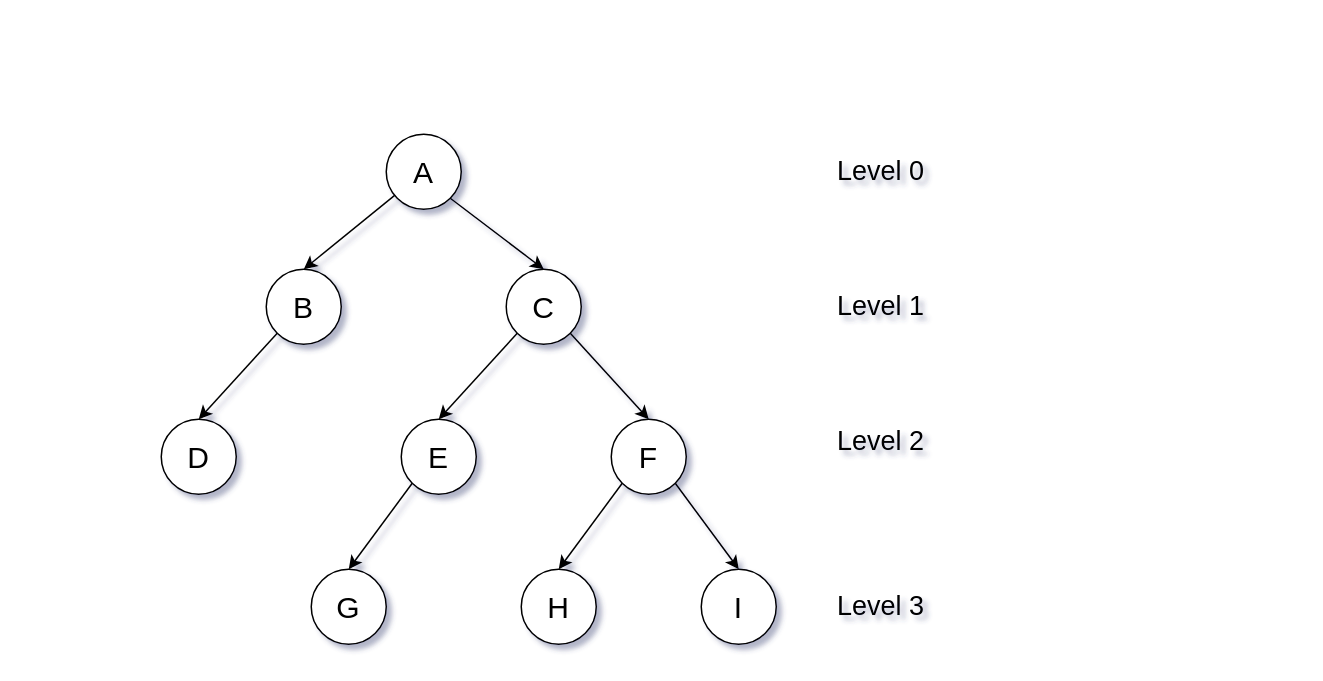
arialghifari/breadth-first-search keeps this draw.io diagram as BFS.drawio. Above is the earlier version. Source tidied: cells renumbered, new cells numbered last; positions are measured from the earlier drawing's top-left corner, leaving out a move shared by most shapes. Both pictures are drawn from the tidied source at 150%, with x=0, y=0 at pixel (160, 134).
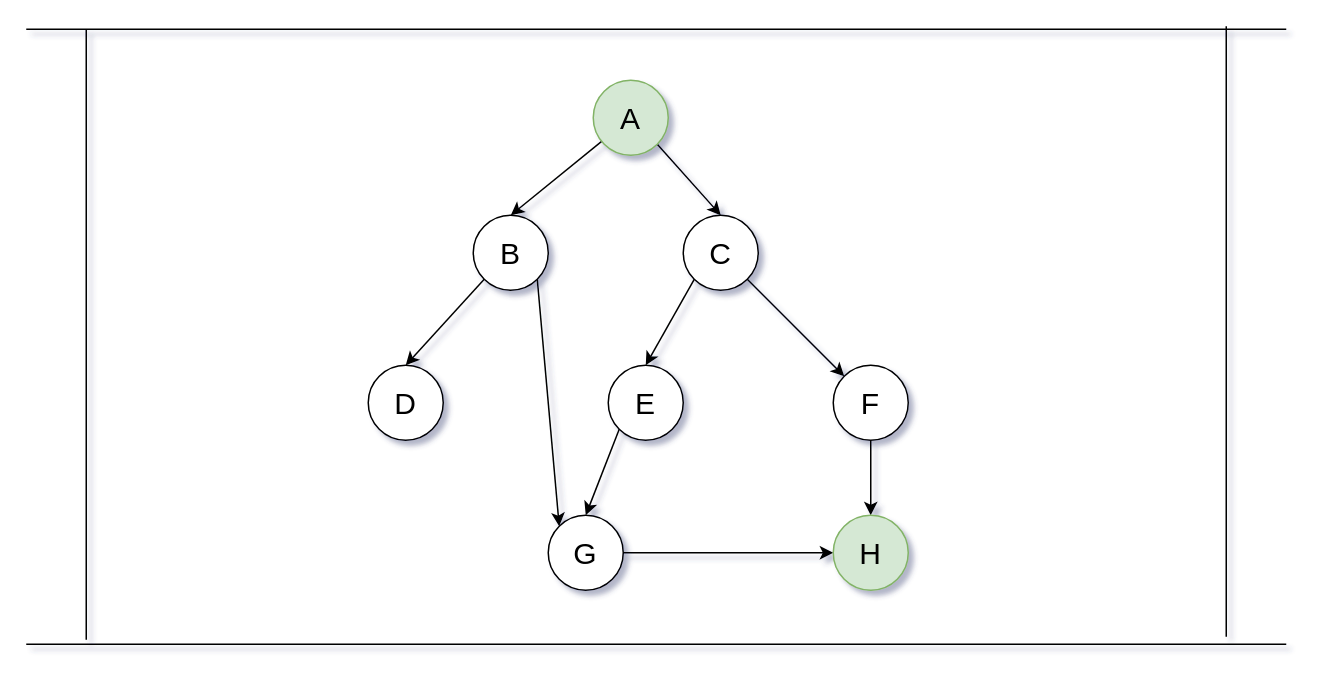
Above is the later version.

What changed in the source:
```diff
@@
-    <mxCell id="4" value="A" style="ellipse;whiteSpace=wrap;html=1;fontSize=20;" parent="1" vertex="1">
-      <mxGeometry x="150" width="50" height="50" as="geometry" />
+    <mxCell id="4" value="A" style="ellipse;whiteSpace=wrap;html=1;fontSize=20;fillColor=#d5e8d4;strokeColor=#82b366;" parent="1" vertex="1">
+      <mxGeometry x="288" y="-36" width="50" height="50" as="geometry" />
     </mxCell>
@@
+    <mxCell id="23" style="edgeStyle=none;rounded=1;sketch=0;jettySize=auto;html=1;exitX=1;exitY=1;exitDx=0;exitDy=0;entryX=0;entryY=0;entryDx=0;entryDy=0;" parent="1" edge="1" source="6" target="16">
+      <mxGeometry relative="1" as="geometry" />
+    </mxCell>
     <mxCell id="6" value="B" style="ellipse;whiteSpace=wrap;html=1;fontSize=20;" parent="1" vertex="1">
-      <mxGeometry x="70" y="90" width="50" height="50" as="geometry" />
+      <mxGeometry x="208" y="54" width="50" height="50" as="geometry" />
     </mxCell>
+    <mxCell id="8" style="edgeStyle=none;rounded=0;jettySize=auto;html=1;exitX=1;exitY=1;exitDx=0;exitDy=0;fontSize=20;" parent="1" edge="1" source="9" target="15">
+      <mxGeometry relative="1" as="geometry" />
+    </mxCell>
-    <mxCell id="7" style="edgeStyle=none;rounded=0;jettySize=auto;html=1;exitX=0;exitY=1;exitDx=0;exitDy=0;entryX=0.5;entryY=0;entryDx=0;entryDy=0;fontSize=20;" parent="1" edge="1" source="9" target="12">
+    <mxCell id="7" style="edgeStyle=none;rounded=1;sketch=0;jettySize=auto;html=1;exitX=0;exitY=1;exitDx=0;exitDy=0;entryX=0.5;entryY=0;entryDx=0;entryDy=0;" parent="1" edge="1" source="9" target="12">
       <mxGeometry relative="1" as="geometry" />
     </mxCell>
-    <mxCell id="8" style="edgeStyle=none;rounded=0;jettySize=auto;html=1;exitX=1;exitY=1;exitDx=0;exitDy=0;entryX=0.5;entryY=0;entryDx=0;entryDy=0;fontSize=20;" parent="1" edge="1" source="9" target="15">
-      <mxGeometry relative="1" as="geometry" />
-    </mxCell>
     <mxCell id="9" value="C" style="ellipse;whiteSpace=wrap;html=1;fontSize=20;" parent="1" vertex="1">
-      <mxGeometry x="230" y="90" width="50" height="50" as="geometry" />
+      <mxGeometry x="348" y="54" width="50" height="50" as="geometry" />
     </mxCell>
     <mxCell id="10" value="D" style="ellipse;whiteSpace=wrap;html=1;fontSize=20;" parent="1" vertex="1">
-      <mxGeometry y="190" width="50" height="50" as="geometry" />
+      <mxGeometry x="138" y="154" width="50" height="50" as="geometry" />
     </mxCell>
-    <mxCell id="11" style="edgeStyle=none;rounded=0;jettySize=auto;html=1;exitX=0;exitY=1;exitDx=0;exitDy=0;entryX=0.5;entryY=0;entryDx=0;entryDy=0;fontSize=20;" parent="1" edge="1" source="12" target="16">
+    <mxCell id="11" style="edgeStyle=none;rounded=1;sketch=0;jettySize=auto;html=1;exitX=0;exitY=1;exitDx=0;exitDy=0;entryX=0.5;entryY=0;entryDx=0;entryDy=0;" parent="1" edge="1" source="12" target="16">
       <mxGeometry relative="1" as="geometry" />
     </mxCell>
     <mxCell id="12" value="E" style="ellipse;whiteSpace=wrap;html=1;fontSize=20;" parent="1" vertex="1">
-      <mxGeometry x="160" y="190" width="50" height="50" as="geometry" />
+      <mxGeometry x="298" y="154" width="50" height="50" as="geometry" />
     </mxCell>
-    <mxCell id="13" style="edgeStyle=none;rounded=0;jettySize=auto;html=1;exitX=0;exitY=1;exitDx=0;exitDy=0;entryX=0.5;entryY=0;entryDx=0;entryDy=0;fontSize=20;" parent="1" edge="1" source="15" target="17">
+    <mxCell id="13" style="edgeStyle=none;rounded=0;jettySize=auto;html=1;exitX=0.5;exitY=1;exitDx=0;exitDy=0;entryX=0.5;entryY=0;entryDx=0;entryDy=0;fontSize=20;" parent="1" edge="1" source="15" target="17">
       <mxGeometry relative="1" as="geometry" />
     </mxCell>
-    <mxCell id="14" style="edgeStyle=none;rounded=0;jettySize=auto;html=1;exitX=1;exitY=1;exitDx=0;exitDy=0;entryX=0.5;entryY=0;entryDx=0;entryDy=0;fontSize=20;" parent="1" edge="1" source="15" target="18">
-      <mxGeometry relative="1" as="geometry" />
-    </mxCell>
     <mxCell id="15" value="F" style="ellipse;whiteSpace=wrap;html=1;fontSize=20;" parent="1" vertex="1">
-      <mxGeometry x="300" y="190" width="50" height="50" as="geometry" />
+      <mxGeometry x="448" y="154" width="50" height="50" as="geometry" />
     </mxCell>
+    <mxCell id="24" style="edgeStyle=none;rounded=1;sketch=0;jettySize=auto;html=1;exitX=1;exitY=0.5;exitDx=0;exitDy=0;entryX=0;entryY=0.5;entryDx=0;entryDy=0;" parent="1" edge="1" source="16" target="17">
+      <mxGeometry relative="1" as="geometry" />
+    </mxCell>
     <mxCell id="16" value="G" style="ellipse;whiteSpace=wrap;html=1;fontSize=20;" parent="1" vertex="1">
-      <mxGeometry x="100" y="290" width="50" height="50" as="geometry" />
+      <mxGeometry x="258" y="254" width="50" height="50" as="geometry" />
     </mxCell>
-    <mxCell id="17" value="H" style="ellipse;whiteSpace=wrap;html=1;fontSize=20;" parent="1" vertex="1">
-      <mxGeometry x="240" y="290" width="50" height="50" as="geometry" />
+    <mxCell id="17" value="H" style="ellipse;whiteSpace=wrap;html=1;fontSize=20;fillColor=#d5e8d4;strokeColor=#82b366;" parent="1" vertex="1">
+      <mxGeometry x="448" y="254" width="50" height="50" as="geometry" />
     </mxCell>
-    <mxCell id="18" value="I" style="ellipse;whiteSpace=wrap;html=1;fontSize=20;" parent="1" vertex="1">
-      <mxGeometry x="360" y="290" width="50" height="50" as="geometry" />
-    </mxCell>
-    <mxCell id="19" value="Level 1" style="text;html=1;strokeColor=none;fillColor=none;align=center;verticalAlign=middle;whiteSpace=wrap;rounded=0;fontSize=18;" parent="1" vertex="1">
-      <mxGeometry x="430" y="100" width="100" height="30" as="geometry" />
-    </mxCell>
-    <mxCell id="20" value="Level 0" style="text;html=1;strokeColor=none;fillColor=none;align=center;verticalAlign=middle;whiteSpace=wrap;rounded=0;fontSize=18;" parent="1" vertex="1">
-      <mxGeometry x="430" y="10" width="100" height="30" as="geometry" />
-    </mxCell>
-    <mxCell id="21" value="Level 2" style="text;html=1;strokeColor=none;fillColor=none;align=center;verticalAlign=middle;whiteSpace=wrap;rounded=0;fontSize=18;" parent="1" vertex="1">
-      <mxGeometry x="430" y="190" width="100" height="30" as="geometry" />
-    </mxCell>
-    <mxCell id="22" value="Level 3" style="text;html=1;strokeColor=none;fillColor=none;align=center;verticalAlign=middle;whiteSpace=wrap;rounded=0;fontSize=18;" parent="1" vertex="1">
-      <mxGeometry x="430" y="300" width="100" height="30" as="geometry" />
-    </mxCell>
+    <mxCell id="25" style="endArrow=none;html=1;rounded=0;" parent="1" edge="1">
+      <mxGeometry relative="1" as="geometry">
+        <mxPoint x="-50" y="337" as="sourcePoint" />
+        <mxPoint x="-50" y="-70" as="targetPoint" />
+      </mxGeometry>
+    </mxCell>
+    <mxCell id="26" style="endArrow=none;html=1;rounded=0;" parent="1" edge="1">
+      <mxGeometry relative="1" as="geometry">
+        <mxPoint x="710" y="335" as="sourcePoint" />
+        <mxPoint x="710" y="-72" as="targetPoint" />
+      </mxGeometry>
+    </mxCell>
+    <mxCell id="27" style="endArrow=none;html=1;rounded=0;" parent="1" edge="1">
+      <mxGeometry relative="1" as="geometry">
+        <mxPoint x="-90" y="-70" as="sourcePoint" />
+        <mxPoint x="750" y="-70" as="targetPoint" />
+      </mxGeometry>
+    </mxCell>
+    <mxCell id="28" style="endArrow=none;html=1;rounded=0;" parent="1" edge="1">
+      <mxGeometry relative="1" as="geometry">
+        <mxPoint x="-90" y="340" as="sourcePoint" />
+        <mxPoint x="750" y="340" as="targetPoint" />
+      </mxGeometry>
+    </mxCell>
```
